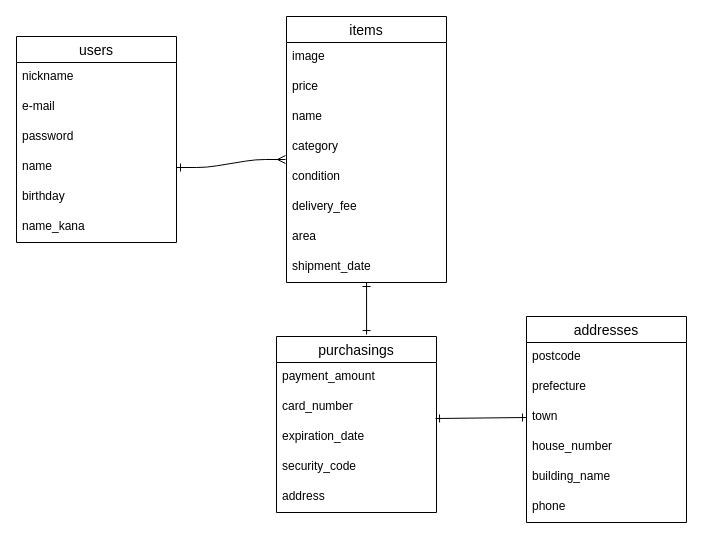
Above: furima.dio in AKN-YASUDA/furima-30947 (draw.io), before the change. Source tidied: cells renumbered, new cells numbered last; positions are measured from the earlier drawing's top-left corner, leaving out a move shared by most shapes. Both pictures are drawn from the tidied source at 100%, with x=0, y=0 at pixel (16, 16).
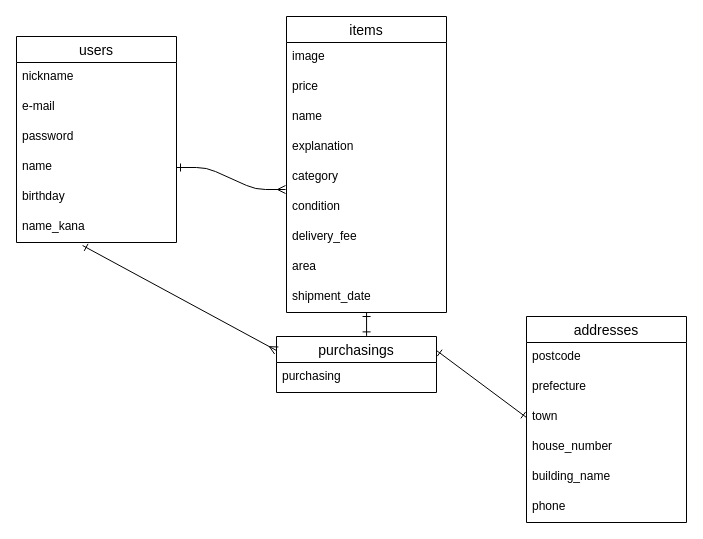
The same diagram, later.

The change refers to these unchanged cells:
```xml
<mxCell id="8" value="name_kana" style="text;strokeColor=none;fillColor=none;spacingLeft=4;spacingRight=4;overflow=hidden;points=[[0,0.5],[1,0.5]];portConstraint=eastwest;fontSize=12;" parent="2" vertex="1">
  <mxGeometry y="176" width="160" height="30" as="geometry" />
</mxCell>
<mxCell id="27" value="town" style="text;strokeColor=none;fillColor=none;spacingLeft=4;spacingRight=4;overflow=hidden;points=[[0,0.5],[1,0.5]];portConstraint=eastwest;fontSize=12;" parent="24" vertex="1">
  <mxGeometry y="86" width="160" height="30" as="geometry" />
</mxCell>
```

What changed in the source:
```diff
@@
     <mxCell id="9" value="items" style="swimlane;fontStyle=0;horizontal=1;startSize=26;align=center;fontSize=14;" parent="1" vertex="1">
-      <mxGeometry x="270" width="160" height="266" as="geometry" />
+      <mxGeometry x="270" width="160" height="296" as="geometry" />
     </mxCell>
@@
+    <mxCell id="34" value="explanation" style="text;strokeColor=none;fillColor=none;spacingLeft=4;spacingRight=4;overflow=hidden;fontSize=12;" parent="9" vertex="1">
+      <mxGeometry y="116" width="160" height="30" as="geometry" />
+    </mxCell>
     <mxCell id="13" value="category" style="text;strokeColor=none;fillColor=none;spacingLeft=4;spacingRight=4;overflow=hidden;fontSize=12;" parent="9" vertex="1">
-      <mxGeometry y="116" width="160" height="30" as="geometry" />
+      <mxGeometry y="146" width="160" height="30" as="geometry" />
     </mxCell>
     <mxCell id="14" value="condition" style="text;strokeColor=none;fillColor=none;spacingLeft=4;spacingRight=4;overflow=hidden;points=[[0,0.5],[1,0.5]];portConstraint=eastwest;fontSize=12;" parent="9" vertex="1">
-      <mxGeometry y="146" width="160" height="30" as="geometry" />
+      <mxGeometry y="176" width="160" height="30" as="geometry" />
     </mxCell>
     <mxCell id="15" value="delivery_fee" style="text;strokeColor=none;fillColor=none;spacingLeft=4;spacingRight=4;overflow=hidden;fontSize=12;" parent="9" vertex="1">
-      <mxGeometry y="176" width="160" height="30" as="geometry" />
+      <mxGeometry y="206" width="160" height="30" as="geometry" />
     </mxCell>
     <mxCell id="16" value="area" style="text;strokeColor=none;fillColor=none;spacingLeft=4;spacingRight=4;overflow=hidden;fontSize=12;" parent="9" vertex="1">
-      <mxGeometry y="206" width="160" height="30" as="geometry" />
+      <mxGeometry y="236" width="160" height="30" as="geometry" />
     </mxCell>
     <mxCell id="17" value="shipment_date" style="text;strokeColor=none;fillColor=none;spacingLeft=4;spacingRight=4;overflow=hidden;fontSize=12;" parent="9" vertex="1">
-      <mxGeometry y="236" width="160" height="30" as="geometry" />
+      <mxGeometry y="266" width="160" height="30" as="geometry" />
     </mxCell>
     <mxCell id="18" value="purchasings" style="swimlane;fontStyle=0;horizontal=1;startSize=26;align=center;fontSize=14;" parent="1" vertex="1">
-      <mxGeometry x="260" y="320" width="160" height="176" as="geometry" />
+      <mxGeometry x="260" y="320" width="160" height="56" as="geometry" />
     </mxCell>
-    <mxCell id="19" value="payment_amount" style="text;strokeColor=none;fillColor=none;spacingLeft=4;spacingRight=4;overflow=hidden;fontSize=12;" parent="18" vertex="1">
-      <mxGeometry y="26" width="160" height="30" as="geometry" />
-    </mxCell>
-    <mxCell id="20" value="card_number" style="text;strokeColor=none;fillColor=none;spacingLeft=4;spacingRight=4;overflow=hidden;points=[[0,0.5],[1,0.5]];portConstraint=eastwest;fontSize=12;" parent="18" vertex="1">
-      <mxGeometry y="56" width="160" height="30" as="geometry" />
-    </mxCell>
-    <mxCell id="21" value="expiration_date" style="text;strokeColor=none;fillColor=none;spacingLeft=4;spacingRight=4;overflow=hidden;fontSize=12;" parent="18" vertex="1">
-      <mxGeometry y="86" width="160" height="30" as="geometry" />
-    </mxCell>
-    <mxCell id="22" value="security_code" style="text;strokeColor=none;fillColor=none;spacingLeft=4;spacingRight=4;overflow=hidden;fontSize=12;" parent="18" vertex="1">
-      <mxGeometry y="116" width="160" height="30" as="geometry" />
-    </mxCell>
-    <mxCell id="23" value="address" style="text;strokeColor=none;fillColor=none;spacingLeft=4;spacingRight=4;overflow=hidden;fontSize=12;" parent="18" vertex="1">
-      <mxGeometry y="146" width="160" height="30" as="geometry" />
-    </mxCell>
+    <mxCell id="35" value="purchasing" style="text;strokeColor=none;fillColor=none;spacingLeft=4;spacingRight=4;overflow=hidden;fontSize=12;" parent="18" vertex="1">
+      <mxGeometry y="26" width="160" height="30" as="geometry" />
+    </mxCell>
@@
-    <mxCell id="33" style="endArrow=ERone;html=1;rounded=0;exitX=0.994;exitY=0.867;exitDx=0;exitDy=0;startArrow=ERone;startFill=0;endFill=0;entryX=0;entryY=0.5;entryDx=0;entryDy=0;exitPerimeter=0;" parent="1" edge="1" source="20" target="27">
+    <mxCell id="33" style="endArrow=ERone;html=1;rounded=0;exitX=1;exitY=0.25;exitDx=0;exitDy=0;startArrow=ERone;startFill=0;endFill=0;entryX=0;entryY=0.5;entryDx=0;entryDy=0;" parent="1" edge="1" source="18" target="27">
       <mxGeometry relative="1" as="geometry" />
     </mxCell>
+    <mxCell id="36" style="endArrow=ERone;html=1;rounded=0;entryX=0.413;entryY=1.1;entryDx=0;entryDy=0;entryPerimeter=0;startArrow=ERmany;startFill=0;endFill=0;exitX=0;exitY=0.25;exitDx=0;exitDy=0;" parent="1" edge="1" source="18" target="8">
+      <mxGeometry relative="1" as="geometry" />
+    </mxCell>
```
